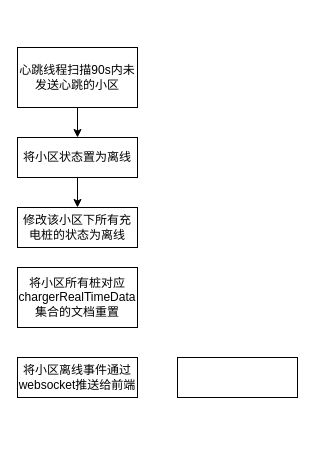
Above: 未命名绘图.drawio in csccoder/draw.io (draw.io), before the change. Source tidied: cells renumbered, new cells numbered last; positions are measured from the earlier drawing's top-left corner, leaving out a move shared by most shapes. Both pictures are drawn from the tidied source at 100%, with x=0, y=0 at pixel (17, 47).
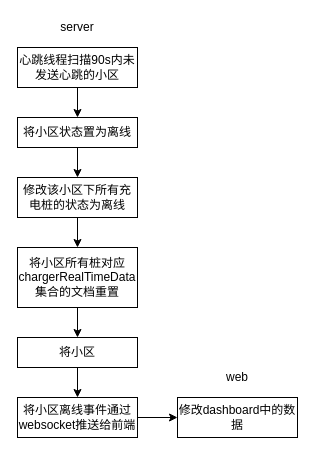
The same diagram, later.

Commit message:
更新未命名绘图.drawio

Diff of the diagram source:
```diff
@@
 <mxGraphModel>
   <root>
     <mxCell id="0" />
     <mxCell id="1" parent="0" />
     <mxCell id="2" style="edgeStyle=orthogonalEdgeStyle;rounded=0;jettySize=auto;html=1;" parent="1" edge="1" source="3" target="5">
       <mxGeometry relative="1" as="geometry" />
     </mxCell>
     <mxCell id="3" value="心跳线程扫描90s内未发送心跳的小区" style="rounded=0;whiteSpace=wrap;html=1;" parent="1" vertex="1">
-      <mxGeometry width="120" height="60" as="geometry" />
+      <mxGeometry width="120" height="40" as="geometry" />
     </mxCell>
     <mxCell id="4" style="edgeStyle=orthogonalEdgeStyle;rounded=0;jettySize=auto;html=1;exitX=0.5;exitY=1;exitDx=0;exitDy=0;" parent="1" edge="1" source="5" target="7">
       <mxGeometry relative="1" as="geometry" />
     </mxCell>
     <mxCell id="5" value="将小区状态置为离线" style="rounded=0;whiteSpace=wrap;html=1;" parent="1" vertex="1">
-      <mxGeometry y="90" width="120" height="40" as="geometry" />
+      <mxGeometry y="70" width="120" height="30" as="geometry" />
     </mxCell>
+    <mxCell id="10" style="edgeStyle=orthogonalEdgeStyle;rounded=0;jettySize=auto;html=1;exitX=1;exitY=0.5;exitDx=0;exitDy=0;entryX=0;entryY=0.5;entryDx=0;entryDy=0;" parent="1" edge="1" source="6" target="9">
+      <mxGeometry relative="1" as="geometry" />
+    </mxCell>
     <mxCell id="6" value="将小区离线事件通过websocket推送给前端" style="rounded=0;whiteSpace=wrap;html=1;" parent="1" vertex="1">
-      <mxGeometry y="310" width="120" height="40" as="geometry" />
+      <mxGeometry y="350" width="120" height="40" as="geometry" />
     </mxCell>
+    <mxCell id="11" style="edgeStyle=orthogonalEdgeStyle;rounded=0;jettySize=auto;html=1;exitX=0.5;exitY=1;exitDx=0;exitDy=0;entryX=0.5;entryY=0;entryDx=0;entryDy=0;" parent="1" edge="1" source="7" target="8">
+      <mxGeometry relative="1" as="geometry" />
+    </mxCell>
     <mxCell id="7" value="修改该小区下所有充电桩的状态为离线" style="rounded=0;whiteSpace=wrap;html=1;" parent="1" vertex="1">
-      <mxGeometry y="160" width="120" height="40" as="geometry" />
+      <mxGeometry y="130" width="120" height="40" as="geometry" />
     </mxCell>
+    <mxCell id="12" style="edgeStyle=orthogonalEdgeStyle;rounded=0;jettySize=auto;html=1;" parent="1" edge="1" source="8" target="16">
+      <mxGeometry relative="1" as="geometry" />
+    </mxCell>
     <mxCell id="8" value="将小区所有桩对应chargerRealTimeData 集合的文档重置" style="rounded=0;whiteSpace=wrap;html=1;" parent="1" vertex="1">
-      <mxGeometry y="220" width="120" height="60" as="geometry" />
+      <mxGeometry y="200" width="120" height="60" as="geometry" />
     </mxCell>
-    <mxCell id="9" style="rounded=0;whiteSpace=wrap;html=1;" parent="1" vertex="1">
-      <mxGeometry x="160" y="310" width="120" height="40" as="geometry" />
+    <mxCell id="9" value="修改dashboard中的数据" style="rounded=0;whiteSpace=wrap;html=1;" parent="1" vertex="1">
+      <mxGeometry x="160" y="350" width="120" height="40" as="geometry" />
     </mxCell>
+    <mxCell id="13" value="server" style="text;html=1;strokeColor=none;fillColor=none;align=center;verticalAlign=middle;whiteSpace=wrap;rounded=0;" parent="1" vertex="1">
+      <mxGeometry x="40" y="-30" width="40" height="20" as="geometry" />
+    </mxCell>
+    <mxCell id="14" value="web" style="text;html=1;strokeColor=none;fillColor=none;align=center;verticalAlign=middle;whiteSpace=wrap;rounded=0;" parent="1" vertex="1">
+      <mxGeometry x="200" y="320" width="40" height="20" as="geometry" />
+    </mxCell>
+    <mxCell id="15" style="edgeStyle=orthogonalEdgeStyle;rounded=0;jettySize=auto;html=1;" parent="1" edge="1" source="16" target="6">
+      <mxGeometry relative="1" as="geometry" />
+    </mxCell>
+    <mxCell id="16" value="将小区" style="rounded=0;whiteSpace=wrap;html=1;" parent="1" vertex="1">
+      <mxGeometry y="290" width="120" height="30" as="geometry" />
+    </mxCell>
   </root>
 </mxGraphModel>
```
